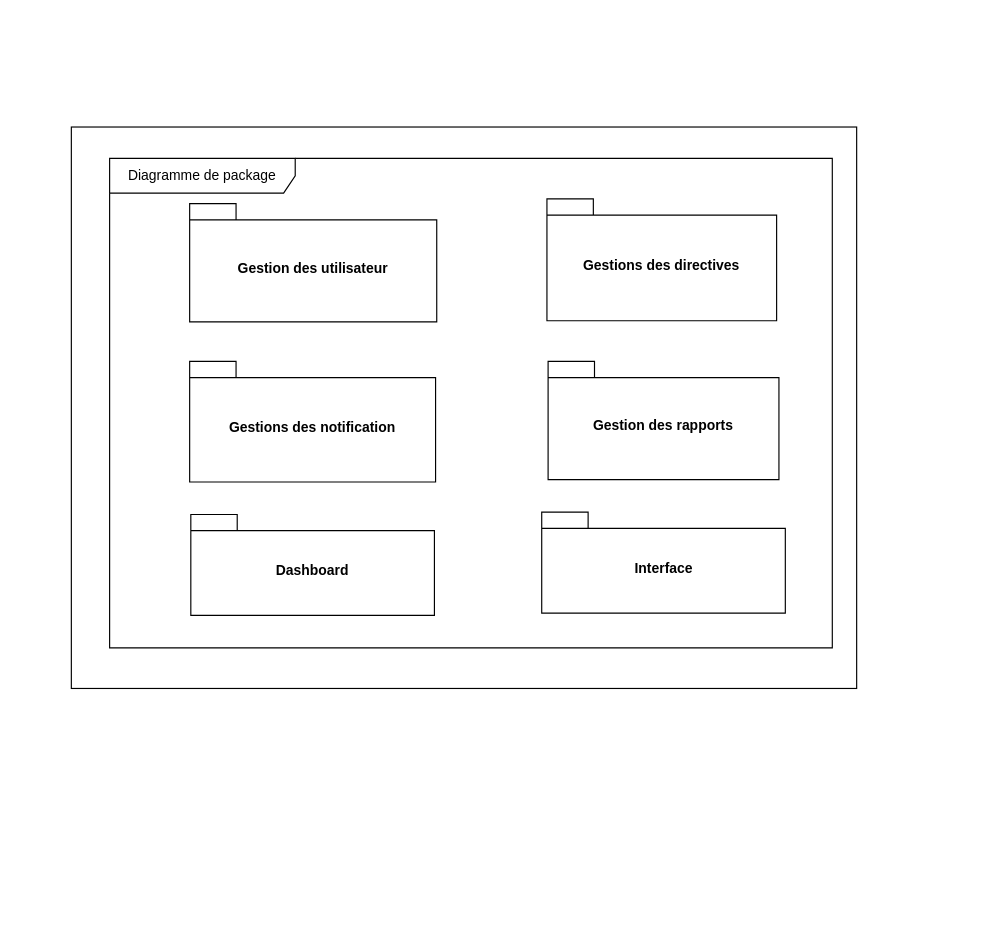
Before: package.drawio in CabrelFeukeng/pp, a draw.io diagram. Source tidied: cells renumbered, new cells numbered last; positions are measured from the earlier drawing's top-left corner, leaving out a move shared by most shapes. Both pictures are drawn from the tidied source at 116%, with x=0, y=0 at pixel (71, 126).
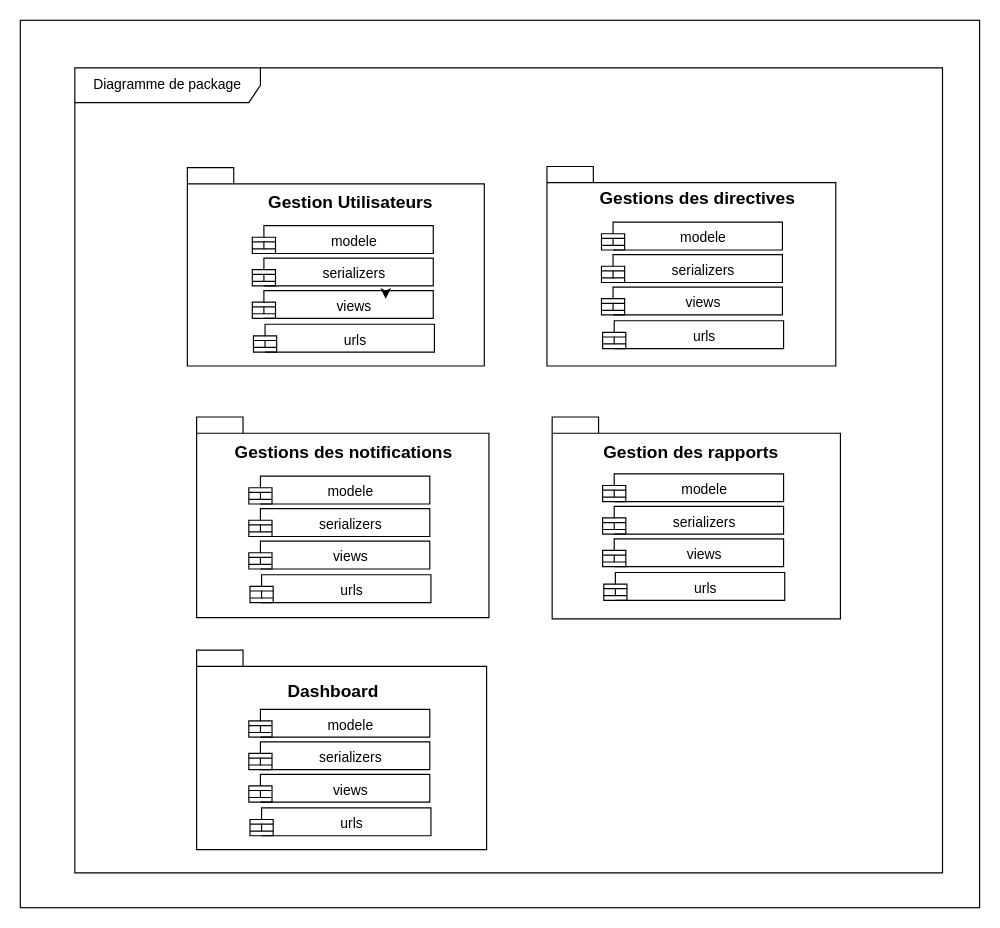
The same page after the edit.

Commit message:
Mettre à jour package.drawio

Diff of the diagram source:
```diff
@@
     <mxCell id="2" style="rounded=0;whiteSpace=wrap;html=1;" parent="1" vertex="1">
-      <mxGeometry width="677" height="484" as="geometry" />
+      <mxGeometry x="-44" y="-92" width="827" height="765" as="geometry" />
     </mxCell>
-    <mxCell id="3" value="Gestion des utilisateur" style="shape=folder;fontStyle=1;spacingTop=10;tabWidth=40;tabHeight=14;tabPosition=left;html=1;whiteSpace=wrap;" parent="1" vertex="1">
-      <mxGeometry x="102" y="66" width="213" height="102" as="geometry" />
+    <mxCell id="3" style="shape=folder;fontStyle=1;spacingTop=10;tabWidth=40;tabHeight=14;tabPosition=left;html=1;whiteSpace=wrap;" parent="1" vertex="1">
+      <mxGeometry x="100" y="35" width="256" height="171" as="geometry" />
     </mxCell>
-    <mxCell id="4" value="Gestions des directives" style="shape=folder;fontStyle=1;spacingTop=10;tabWidth=40;tabHeight=14;tabPosition=left;html=1;whiteSpace=wrap;" parent="1" vertex="1">
-      <mxGeometry x="410" y="62" width="198" height="105" as="geometry" />
+    <mxCell id="4" style="shape=folder;fontStyle=1;spacingTop=10;tabWidth=40;tabHeight=14;tabPosition=left;html=1;whiteSpace=wrap;" parent="1" vertex="1">
+      <mxGeometry x="410" y="34" width="249" height="172" as="geometry" />
     </mxCell>
-    <mxCell id="5" value="Gestions des notification" style="shape=folder;fontStyle=1;spacingTop=10;tabWidth=40;tabHeight=14;tabPosition=left;html=1;whiteSpace=wrap;" parent="1" vertex="1">
-      <mxGeometry x="102" y="202" width="212" height="104" as="geometry" />
+    <mxCell id="5" style="shape=folder;fontStyle=1;spacingTop=10;tabWidth=40;tabHeight=14;tabPosition=left;html=1;whiteSpace=wrap;" parent="1" vertex="1">
+      <mxGeometry x="108" y="250" width="252" height="173" as="geometry" />
     </mxCell>
-    <mxCell id="6" value="Gestion des rapports" style="shape=folder;fontStyle=1;spacingTop=10;tabWidth=40;tabHeight=14;tabPosition=left;html=1;whiteSpace=wrap;" parent="1" vertex="1">
-      <mxGeometry x="411" y="202" width="199" height="102" as="geometry" />
+    <mxCell id="6" style="shape=folder;fontStyle=1;spacingTop=10;tabWidth=40;tabHeight=14;tabPosition=left;html=1;whiteSpace=wrap;" parent="1" vertex="1">
+      <mxGeometry x="414.5" y="250" width="248.5" height="174" as="geometry" />
     </mxCell>
-    <mxCell id="7" value="Dashboard" style="shape=folder;fontStyle=1;spacingTop=10;tabWidth=40;tabHeight=14;tabPosition=left;html=1;whiteSpace=wrap;" parent="1" vertex="1">
-      <mxGeometry x="103" y="334" width="210" height="87" as="geometry" />
+    <mxCell id="7" style="shape=folder;fontStyle=1;spacingTop=10;tabWidth=40;tabHeight=14;tabPosition=left;html=1;whiteSpace=wrap;" parent="1" vertex="1">
+      <mxGeometry x="108" y="451" width="250" height="172" as="geometry" />
     </mxCell>
-    <mxCell id="8" value="Interface" style="shape=folder;fontStyle=1;spacingTop=10;tabWidth=40;tabHeight=14;tabPosition=left;html=1;whiteSpace=wrap;" parent="1" vertex="1">
-      <mxGeometry x="405.5" y="332" width="210" height="87" as="geometry" />
-    </mxCell>
     <mxCell id="9" value="Diagramme de package" style="shape=umlFrame;whiteSpace=wrap;html=1;width=160;" parent="1" vertex="1">
-      <mxGeometry x="33" y="27" width="623" height="422" as="geometry" />
+      <mxGeometry x="3" y="-51" width="748" height="694" as="geometry" />
     </mxCell>
+    <mxCell id="10" value="&lt;font style=&quot;font-size: 15px;&quot;&gt;&lt;b&gt;Gestion Utilisateurs&lt;/b&gt;&lt;/font&gt;" style="text;html=1;align=center;verticalAlign=middle;whiteSpace=wrap;rounded=0;" parent="9" vertex="1">
+      <mxGeometry x="161" y="100" width="154" height="30" as="geometry" />
+    </mxCell>
+    <mxCell id="11" value="modele" style="shape=module;align=left;spacingLeft=20;align=center;verticalAlign=top;whiteSpace=wrap;html=1;" parent="9" vertex="1">
+      <mxGeometry x="153" y="136" width="156" height="24" as="geometry" />
+    </mxCell>
+    <mxCell id="12" value="&lt;span style=&quot;font-weight: 700;&quot;&gt;&lt;font style=&quot;font-size: 15px;&quot;&gt;Dashboard&lt;/font&gt;&lt;/span&gt;" style="text;html=1;align=center;verticalAlign=middle;whiteSpace=wrap;rounded=0;" parent="9" vertex="1">
+      <mxGeometry x="193" y="522" width="60" height="30" as="geometry" />
+    </mxCell>
+    <mxCell id="13" value="serializers" style="shape=module;align=left;spacingLeft=20;align=center;verticalAlign=top;whiteSpace=wrap;html=1;" parent="1" vertex="1">
+      <mxGeometry x="156" y="113" width="156" height="24" as="geometry" />
+    </mxCell>
+    <mxCell id="14" value="views" style="shape=module;align=left;spacingLeft=20;align=center;verticalAlign=top;whiteSpace=wrap;html=1;" parent="1" vertex="1">
+      <mxGeometry x="156" y="141" width="156" height="24" as="geometry" />
+    </mxCell>
+    <mxCell id="15" style="edgeStyle=orthogonalEdgeStyle;rounded=0;orthogonalLoop=1;jettySize=auto;html=1;exitX=0.75;exitY=0;exitDx=0;exitDy=0;entryX=0.75;entryY=0.292;entryDx=0;entryDy=0;entryPerimeter=0;" parent="1" edge="1">
+      <mxGeometry relative="1" as="geometry">
+        <mxPoint x="271" y="141" as="sourcePoint" />
+        <mxPoint x="271" y="148" as="targetPoint" />
+      </mxGeometry>
+    </mxCell>
+    <mxCell id="16" value="&lt;span style=&quot;font-weight: 700;&quot;&gt;&lt;font style=&quot;font-size: 15px;&quot;&gt;Gestions des directives&lt;/font&gt;&lt;/span&gt;" style="text;html=1;align=center;verticalAlign=middle;whiteSpace=wrap;rounded=0;" parent="1" vertex="1">
+      <mxGeometry x="441" y="46" width="198" height="30" as="geometry" />
+    </mxCell>
+    <mxCell id="17" value="&lt;span style=&quot;font-weight: 700;&quot;&gt;&lt;font style=&quot;font-size: 15px;&quot;&gt;Gestion des rapports&lt;/font&gt;&lt;/span&gt;" style="text;html=1;align=center;verticalAlign=middle;whiteSpace=wrap;rounded=0;" parent="1" vertex="1">
+      <mxGeometry x="449" y="265" width="171" height="30" as="geometry" />
+    </mxCell>
+    <mxCell id="18" value="&lt;span style=&quot;font-weight: 700;&quot;&gt;&lt;font style=&quot;font-size: 15px;&quot;&gt;Gestions des notifications&lt;/font&gt;&lt;/span&gt;" style="text;html=1;align=center;verticalAlign=middle;whiteSpace=wrap;rounded=0;" parent="1" vertex="1">
+      <mxGeometry x="121" y="265" width="228" height="30" as="geometry" />
+    </mxCell>
+    <mxCell id="19" value="urls" style="shape=module;align=left;spacingLeft=20;align=center;verticalAlign=top;whiteSpace=wrap;html=1;" parent="1" vertex="1">
+      <mxGeometry x="157" y="170" width="156" height="24" as="geometry" />
+    </mxCell>
+    <mxCell id="20" value="&lt;font style=&quot;font-size: 12px;&quot;&gt;modele&lt;/font&gt;" style="shape=module;align=left;spacingLeft=20;align=center;verticalAlign=top;whiteSpace=wrap;html=1;" parent="1" vertex="1">
+      <mxGeometry x="153" y="301" width="156" height="24" as="geometry" />
+    </mxCell>
+    <mxCell id="21" value="serializers" style="shape=module;align=left;spacingLeft=20;align=center;verticalAlign=top;whiteSpace=wrap;html=1;" parent="1" vertex="1">
+      <mxGeometry x="153" y="329" width="156" height="24" as="geometry" />
+    </mxCell>
+    <mxCell id="22" value="views" style="shape=module;align=left;spacingLeft=20;align=center;verticalAlign=top;whiteSpace=wrap;html=1;" parent="1" vertex="1">
+      <mxGeometry x="153" y="357" width="156" height="24" as="geometry" />
+    </mxCell>
+    <mxCell id="23" value="urls" style="shape=module;align=left;spacingLeft=20;align=center;verticalAlign=top;whiteSpace=wrap;html=1;" parent="1" vertex="1">
+      <mxGeometry x="154" y="386" width="156" height="24" as="geometry" />
+    </mxCell>
+    <mxCell id="24" value="modele" style="shape=module;align=left;spacingLeft=20;align=center;verticalAlign=top;whiteSpace=wrap;html=1;" parent="1" vertex="1">
+      <mxGeometry x="153" y="502" width="156" height="24" as="geometry" />
+    </mxCell>
+    <mxCell id="25" value="serializers" style="shape=module;align=left;spacingLeft=20;align=center;verticalAlign=top;whiteSpace=wrap;html=1;" parent="1" vertex="1">
+      <mxGeometry x="153" y="530" width="156" height="24" as="geometry" />
+    </mxCell>
+    <mxCell id="26" value="views" style="shape=module;align=left;spacingLeft=20;align=center;verticalAlign=top;whiteSpace=wrap;html=1;" parent="1" vertex="1">
+      <mxGeometry x="153" y="558" width="156" height="24" as="geometry" />
+    </mxCell>
+    <mxCell id="27" value="urls" style="shape=module;align=left;spacingLeft=20;align=center;verticalAlign=top;whiteSpace=wrap;html=1;" parent="1" vertex="1">
+      <mxGeometry x="154" y="587" width="156" height="24" as="geometry" />
+    </mxCell>
+    <mxCell id="28" value="modele" style="shape=module;align=left;spacingLeft=20;align=center;verticalAlign=top;whiteSpace=wrap;html=1;" parent="1" vertex="1">
+      <mxGeometry x="458" y="299" width="156" height="24" as="geometry" />
+    </mxCell>
+    <mxCell id="29" value="serializers" style="shape=module;align=left;spacingLeft=20;align=center;verticalAlign=top;whiteSpace=wrap;html=1;" parent="1" vertex="1">
+      <mxGeometry x="458" y="327" width="156" height="24" as="geometry" />
+    </mxCell>
+    <mxCell id="30" value="views" style="shape=module;align=left;spacingLeft=20;align=center;verticalAlign=top;whiteSpace=wrap;html=1;" parent="1" vertex="1">
+      <mxGeometry x="458" y="355" width="156" height="24" as="geometry" />
+    </mxCell>
+    <mxCell id="31" value="urls" style="shape=module;align=left;spacingLeft=20;align=center;verticalAlign=top;whiteSpace=wrap;html=1;" parent="1" vertex="1">
+      <mxGeometry x="459" y="384" width="156" height="24" as="geometry" />
+    </mxCell>
+    <mxCell id="32" value="modele" style="shape=module;align=left;spacingLeft=20;align=center;verticalAlign=top;whiteSpace=wrap;html=1;" parent="1" vertex="1">
+      <mxGeometry x="457" y="82" width="156" height="24" as="geometry" />
+    </mxCell>
+    <mxCell id="33" value="serializers" style="shape=module;align=left;spacingLeft=20;align=center;verticalAlign=top;whiteSpace=wrap;html=1;" parent="1" vertex="1">
+      <mxGeometry x="457" y="110" width="156" height="24" as="geometry" />
+    </mxCell>
+    <mxCell id="34" value="views" style="shape=module;align=left;spacingLeft=20;align=center;verticalAlign=top;whiteSpace=wrap;html=1;" parent="1" vertex="1">
+      <mxGeometry x="457" y="138" width="156" height="24" as="geometry" />
+    </mxCell>
+    <mxCell id="35" value="urls" style="shape=module;align=left;spacingLeft=20;align=center;verticalAlign=top;whiteSpace=wrap;html=1;" parent="1" vertex="1">
+      <mxGeometry x="458" y="167" width="156" height="24" as="geometry" />
+    </mxCell>
```
